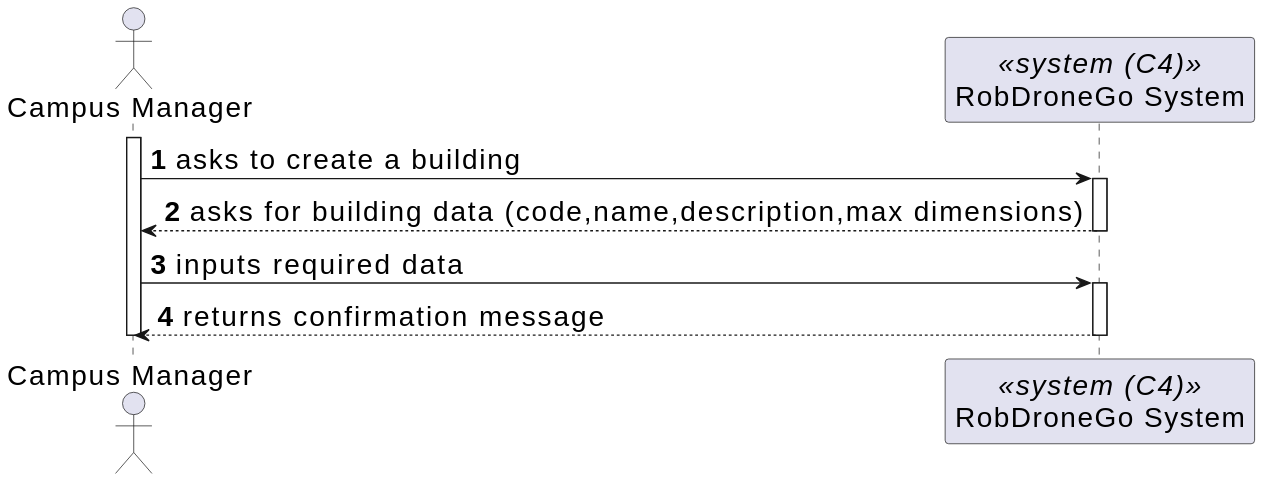
Above: _wiki/sprint-b/us-1120/views/level-1/assets/process-view.svg in miseEnPlace-dev/lapr5 (PlantUML), before the change. The source it was exported from:
```plantuml
@startuml
skinparamlocked defaultFontSize 20
autonumber

actor CM as "Campus Manager"
participant SYS as "RobDroneGo System" <<system (C4)>>

activate CM

CM -> SYS : asks to create a building
activate SYS

CM <-- SYS : asks for building data (code,name,description,max dimensions)
deactivate SYS

CM -> SYS : inputs required data
activate SYS

CM <-- SYS : returns confirmation message
deactivate SYS


deactivate CM
@enduml
```
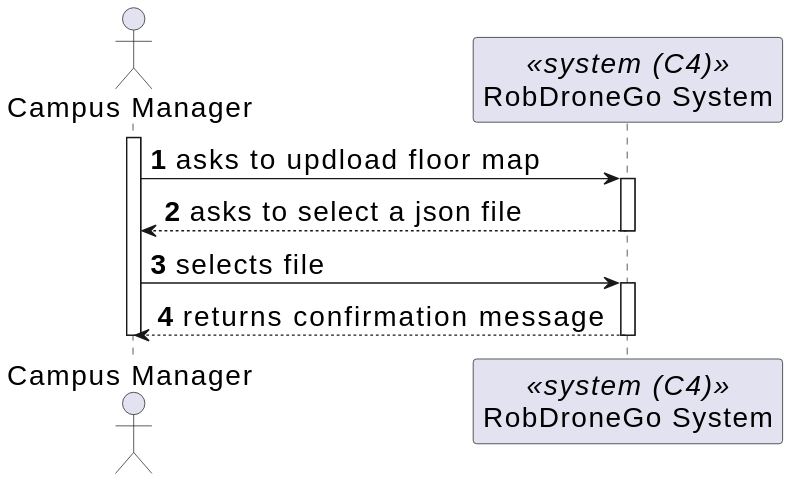
Above is the later version.

Diff of the diagram source:
```diff
@@ -7,13 +7,13 @@
 
 activate CM
 
-CM -> SYS : asks to create a building
+CM -> SYS : asks to updload floor map
 activate SYS
 
-CM <-- SYS : asks for building data (code,name,description,max dimensions)
+CM <-- SYS : asks to select a json file
 deactivate SYS
 
-CM -> SYS : inputs required data
+CM -> SYS : selects file
 activate SYS
 
 CM <-- SYS : returns confirmation message
```
